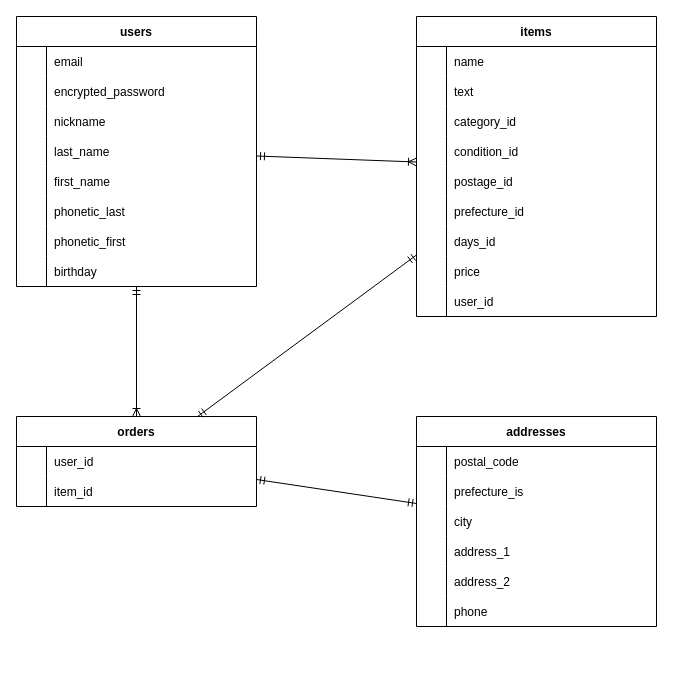
This is Entity Relation.dio from kzyhsgw/furima-35207, a draw.io file, before an edit. Source tidied: cells renumbered, new cells numbered last; positions are measured from the earlier drawing's top-left corner, leaving out a move shared by most shapes. Both pictures are drawn from the tidied source at 100%, with x=0, y=0 at pixel (16, 16).
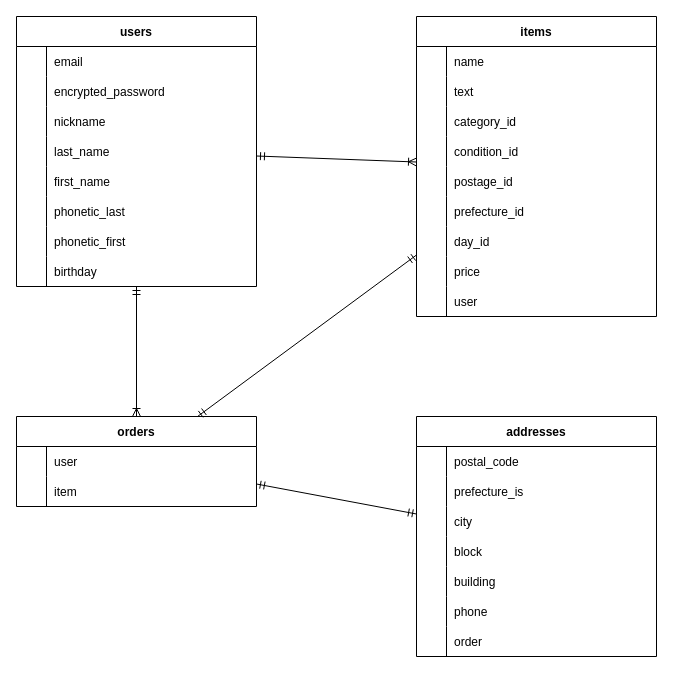
The same diagram, later.

Commit message (it also covers changes not shown here):
テーブル設計の修正２

Unchanged cells that the change refers to:
```xml
<mxCell id="46" style="shape=partialRectangle;fillColor=none;top=0;left=0;bottom=0;right=0;" parent="27" vertex="1">
  <mxGeometry y="210" width="240" height="30" as="geometry" />
</mxCell>
<mxCell id="52" style="shape=partialRectangle;fillColor=none;top=0;left=0;bottom=0;right=0;" parent="27" vertex="1">
  <mxGeometry y="270" width="240" height="30" as="geometry" />
</mxCell>
<mxCell id="65" style="shape=partialRectangle;fillColor=none;top=0;left=0;bottom=0;right=0;" parent="55" vertex="1">
  <mxGeometry y="120" width="240" height="30" as="geometry" />
</mxCell>
<mxCell id="68" style="shape=partialRectangle;fillColor=none;top=0;left=0;bottom=0;right=0;" parent="55" vertex="1">
  <mxGeometry y="150" width="240" height="30" as="geometry" />
</mxCell>
<mxCell id="75" style="shape=partialRectangle;fillColor=none;top=0;left=0;bottom=0;right=0;" parent="74" vertex="1">
  <mxGeometry y="30" width="240" height="30" as="geometry" />
</mxCell>
<mxCell id="78" style="shape=partialRectangle;fillColor=none;top=0;left=0;bottom=0;right=0;" parent="74" vertex="1">
  <mxGeometry y="60" width="240" height="30" as="geometry" />
</mxCell>
```

Change to the diagram source:
```diff
@@
-    <mxCell id="48" value="days_id" style="shape=partialRectangle;fillColor=none;top=0;left=0;bottom=0;right=0;align=left;spacingLeft=6;overflow=hidden;" parent="46" vertex="1">
+    <mxCell id="48" value="day_id" style="shape=partialRectangle;fillColor=none;top=0;left=0;bottom=0;right=0;align=left;spacingLeft=6;overflow=hidden;" parent="46" vertex="1">
       <mxGeometry x="30" width="210" height="30" as="geometry" />
     </mxCell>
@@
-    <mxCell id="54" value="user_id" style="shape=partialRectangle;fillColor=none;top=0;left=0;bottom=0;right=0;align=left;spacingLeft=6;overflow=hidden;" parent="52" vertex="1">
+    <mxCell id="54" value="user" style="shape=partialRectangle;fillColor=none;top=0;left=0;bottom=0;right=0;align=left;spacingLeft=6;overflow=hidden;" parent="52" vertex="1">
       <mxGeometry x="30" width="210" height="30" as="geometry" />
     </mxCell>
     <mxCell id="55" value="addresses" style="shape=table;startSize=30;childLayout=tableLayout;rowLines=0;fontStyle=1;align=center;" parent="1" vertex="1">
-      <mxGeometry x="400" y="400" width="240" height="210" as="geometry" />
+      <mxGeometry x="400" y="400" width="240" height="240" as="geometry" />
     </mxCell>
@@
-    <mxCell id="67" value="address_1" style="shape=partialRectangle;fillColor=none;top=0;left=0;bottom=0;right=0;align=left;spacingLeft=6;overflow=hidden;" parent="65" vertex="1">
+    <mxCell id="67" value="block" style="shape=partialRectangle;fillColor=none;top=0;left=0;bottom=0;right=0;align=left;spacingLeft=6;overflow=hidden;" parent="65" vertex="1">
       <mxGeometry x="30" width="210" height="30" as="geometry" />
     </mxCell>
@@
-    <mxCell id="70" value="address_2" style="shape=partialRectangle;fillColor=none;top=0;left=0;bottom=0;right=0;align=left;spacingLeft=6;overflow=hidden;" parent="68" vertex="1">
+    <mxCell id="70" value="building" style="shape=partialRectangle;fillColor=none;top=0;left=0;bottom=0;right=0;align=left;spacingLeft=6;overflow=hidden;" parent="68" vertex="1">
       <mxGeometry x="30" width="210" height="30" as="geometry" />
     </mxCell>
@@
+    <mxCell id="85" style="shape=partialRectangle;fillColor=none;top=0;left=0;bottom=0;right=0;" parent="55" vertex="1">
+      <mxGeometry y="210" width="240" height="30" as="geometry" />
+    </mxCell>
+    <mxCell id="86" style="shape=partialRectangle;fillColor=none;top=0;left=0;bottom=0;right=0;overflow=hidden;" parent="85" vertex="1">
+      <mxGeometry width="30" height="30" as="geometry" />
+    </mxCell>
+    <mxCell id="87" value="order" style="shape=partialRectangle;fillColor=none;top=0;left=0;bottom=0;right=0;align=left;spacingLeft=6;overflow=hidden;" parent="85" vertex="1">
+      <mxGeometry x="30" width="210" height="30" as="geometry" />
+    </mxCell>
@@
-    <mxCell id="77" value="user_id" style="shape=partialRectangle;fillColor=none;top=0;left=0;bottom=0;right=0;align=left;spacingLeft=6;overflow=hidden;" parent="75" vertex="1">
+    <mxCell id="77" value="user" style="shape=partialRectangle;fillColor=none;top=0;left=0;bottom=0;right=0;align=left;spacingLeft=6;overflow=hidden;" parent="75" vertex="1">
       <mxGeometry x="30" width="210" height="30" as="geometry" />
     </mxCell>
@@
-    <mxCell id="80" value="item_id" style="shape=partialRectangle;fillColor=none;top=0;left=0;bottom=0;right=0;align=left;spacingLeft=6;overflow=hidden;" parent="78" vertex="1">
+    <mxCell id="80" value="item" style="shape=partialRectangle;fillColor=none;top=0;left=0;bottom=0;right=0;align=left;spacingLeft=6;overflow=hidden;" parent="78" vertex="1">
       <mxGeometry x="30" width="210" height="30" as="geometry" />
     </mxCell>
```
